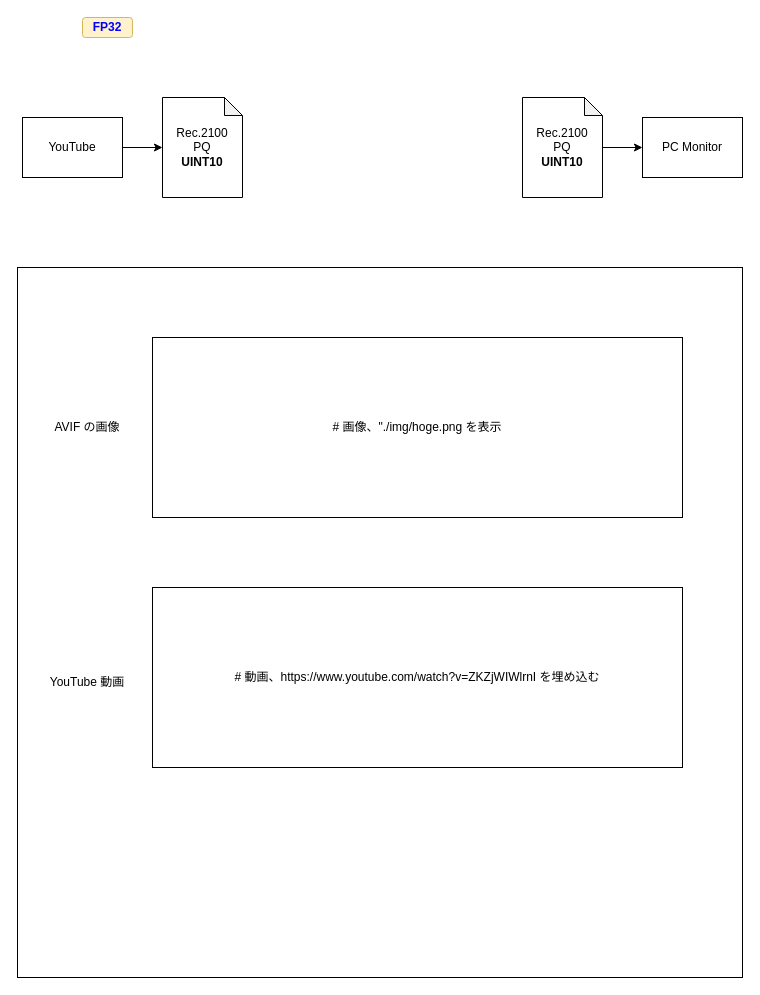
This is page "Page-3" (3 of 4) of 2024/09_Check_Windows_ISO_HDR_Output/img/figure.drawio from toru-ver4/sample_code, a draw.io file, before an edit. Source tidied: cells renumbered, new cells numbered last; positions are measured from the earlier drawing's top-left corner, leaving out a move shared by most shapes. Both pictures are drawn from the tidied source at 100%, with x=0, y=0 at pixel (17, 17).
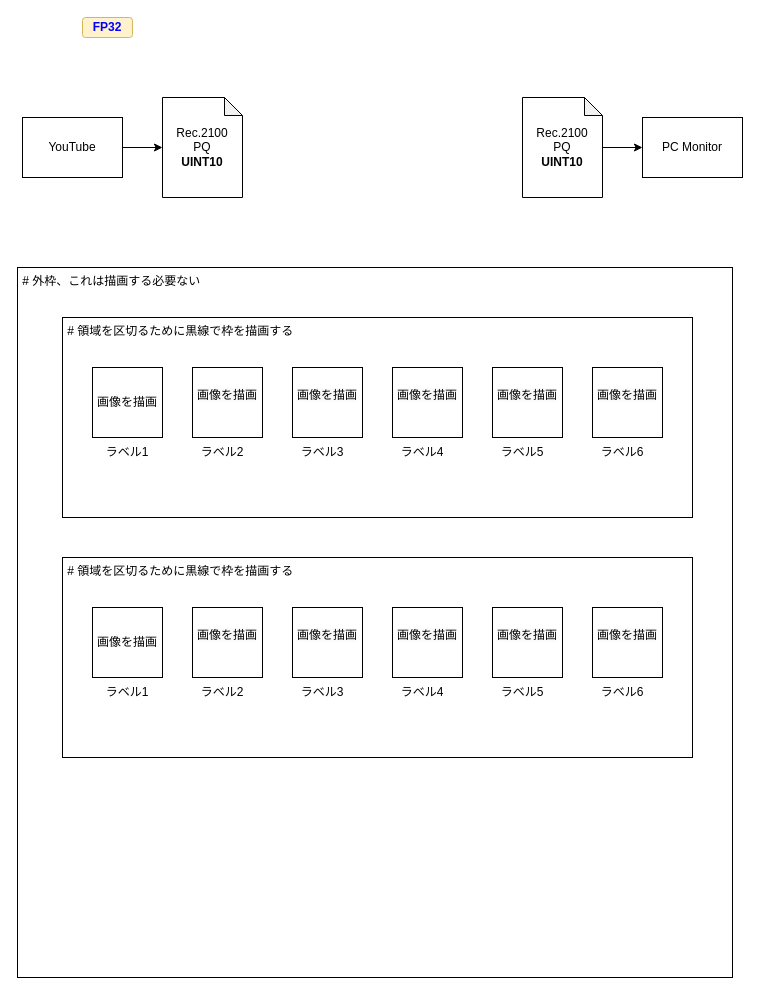
Above is the later version.

Change to the diagram source:
```diff
@@
-    <mxCell id="6" style="rounded=0;whiteSpace=wrap;html=1;verticalAlign=top;align=left;" parent="1" vertex="1">
-      <mxGeometry y="250" width="725" height="710" as="geometry" />
+    <mxCell id="6" value="&amp;nbsp;# 外枠、これは描画する必要ない" style="rounded=0;whiteSpace=wrap;html=1;verticalAlign=top;align=left;" parent="1" vertex="1">
+      <mxGeometry y="250" width="715" height="710" as="geometry" />
     </mxCell>
@@
-    <mxCell id="10" value="# 画像、&quot;./img/hoge.png を表示" style="rounded=0;whiteSpace=wrap;html=1;" parent="1" vertex="1">
-      <mxGeometry x="135" y="320" width="530" height="180" as="geometry" />
-    </mxCell>
-    <mxCell id="11" value="# 動画、https://www.youtube.com/watch?v=ZKZjWIWlrnI を埋め込む" style="rounded=0;whiteSpace=wrap;html=1;" parent="1" vertex="1">
-      <mxGeometry x="135" y="570" width="530" height="180" as="geometry" />
-    </mxCell>
-    <mxCell id="12" value="AVIF の画像" style="text;html=1;align=center;verticalAlign=middle;whiteSpace=wrap;rounded=0;" parent="1" vertex="1">
-      <mxGeometry x="25" y="395" width="90" height="30" as="geometry" />
-    </mxCell>
-    <mxCell id="13" value="YouTube 動画" style="text;html=1;align=center;verticalAlign=middle;whiteSpace=wrap;rounded=0;" parent="1" vertex="1">
-      <mxGeometry x="25" y="650" width="90" height="30" as="geometry" />
-    </mxCell>
+    <mxCell id="14" value="&amp;nbsp;# 領域を区切るために黒線で枠を描画する" style="rounded=0;whiteSpace=wrap;html=1;align=left;verticalAlign=top;" parent="1" vertex="1">
+      <mxGeometry x="45" y="300" width="630" height="200" as="geometry" />
+    </mxCell>
+    <mxCell id="15" value="画像を描画" style="rounded=0;whiteSpace=wrap;html=1;" parent="1" vertex="1">
+      <mxGeometry x="75" y="350" width="70" height="70" as="geometry" />
+    </mxCell>
+    <mxCell id="16" value="&#10;&lt;span style=&quot;color: rgb(0, 0, 0); font-family: Helvetica; font-size: 12px; font-style: normal; font-variant-ligatures: normal; font-variant-caps: normal; font-weight: 400; letter-spacing: normal; orphans: 2; text-align: center; text-indent: 0px; text-transform: none; widows: 2; word-spacing: 0px; -webkit-text-stroke-width: 0px; white-space: normal; background-color: rgb(251, 251, 251); text-decoration-thickness: initial; text-decoration-style: initial; text-decoration-color: initial; display: inline !important; float: none;&quot;&gt;画像を描画&lt;/span&gt;&#10;&#10;" style="rounded=0;whiteSpace=wrap;html=1;" parent="1" vertex="1">
+      <mxGeometry x="175" y="350" width="70" height="70" as="geometry" />
+    </mxCell>
+    <mxCell id="17" value="&#10;&lt;span style=&quot;color: rgb(0, 0, 0); font-family: Helvetica; font-size: 12px; font-style: normal; font-variant-ligatures: normal; font-variant-caps: normal; font-weight: 400; letter-spacing: normal; orphans: 2; text-align: center; text-indent: 0px; text-transform: none; widows: 2; word-spacing: 0px; -webkit-text-stroke-width: 0px; white-space: normal; background-color: rgb(251, 251, 251); text-decoration-thickness: initial; text-decoration-style: initial; text-decoration-color: initial; display: inline !important; float: none;&quot;&gt;画像を描画&lt;/span&gt;&#10;&#10;" style="rounded=0;whiteSpace=wrap;html=1;" parent="1" vertex="1">
+      <mxGeometry x="275" y="350" width="70" height="70" as="geometry" />
+    </mxCell>
+    <mxCell id="18" value="&#10;&lt;span style=&quot;color: rgb(0, 0, 0); font-family: Helvetica; font-size: 12px; font-style: normal; font-variant-ligatures: normal; font-variant-caps: normal; font-weight: 400; letter-spacing: normal; orphans: 2; text-align: center; text-indent: 0px; text-transform: none; widows: 2; word-spacing: 0px; -webkit-text-stroke-width: 0px; white-space: normal; background-color: rgb(251, 251, 251); text-decoration-thickness: initial; text-decoration-style: initial; text-decoration-color: initial; display: inline !important; float: none;&quot;&gt;画像を描画&lt;/span&gt;&#10;&#10;" style="rounded=0;whiteSpace=wrap;html=1;" parent="1" vertex="1">
+      <mxGeometry x="375" y="350" width="70" height="70" as="geometry" />
+    </mxCell>
+    <mxCell id="19" value="&#10;&lt;span style=&quot;color: rgb(0, 0, 0); font-family: Helvetica; font-size: 12px; font-style: normal; font-variant-ligatures: normal; font-variant-caps: normal; font-weight: 400; letter-spacing: normal; orphans: 2; text-align: center; text-indent: 0px; text-transform: none; widows: 2; word-spacing: 0px; -webkit-text-stroke-width: 0px; white-space: normal; background-color: rgb(251, 251, 251); text-decoration-thickness: initial; text-decoration-style: initial; text-decoration-color: initial; display: inline !important; float: none;&quot;&gt;画像を描画&lt;/span&gt;&#10;&#10;" style="rounded=0;whiteSpace=wrap;html=1;" parent="1" vertex="1">
+      <mxGeometry x="475" y="350" width="70" height="70" as="geometry" />
+    </mxCell>
+    <mxCell id="20" value="&#10;&lt;span style=&quot;color: rgb(0, 0, 0); font-family: Helvetica; font-size: 12px; font-style: normal; font-variant-ligatures: normal; font-variant-caps: normal; font-weight: 400; letter-spacing: normal; orphans: 2; text-align: center; text-indent: 0px; text-transform: none; widows: 2; word-spacing: 0px; -webkit-text-stroke-width: 0px; white-space: normal; background-color: rgb(251, 251, 251); text-decoration-thickness: initial; text-decoration-style: initial; text-decoration-color: initial; display: inline !important; float: none;&quot;&gt;画像を描画&lt;/span&gt;&#10;&#10;" style="rounded=0;whiteSpace=wrap;html=1;" parent="1" vertex="1">
+      <mxGeometry x="575" y="350" width="70" height="70" as="geometry" />
+    </mxCell>
+    <mxCell id="21" value="ラベル1" style="text;html=1;align=center;verticalAlign=middle;whiteSpace=wrap;rounded=0;" parent="1" vertex="1">
+      <mxGeometry x="80" y="420" width="60" height="30" as="geometry" />
+    </mxCell>
+    <mxCell id="22" value="ラベル2" style="text;html=1;align=center;verticalAlign=middle;whiteSpace=wrap;rounded=0;" parent="1" vertex="1">
+      <mxGeometry x="175" y="420" width="60" height="30" as="geometry" />
+    </mxCell>
+    <mxCell id="23" value="ラベル3" style="text;html=1;align=center;verticalAlign=middle;whiteSpace=wrap;rounded=0;" parent="1" vertex="1">
+      <mxGeometry x="275" y="420" width="60" height="30" as="geometry" />
+    </mxCell>
+    <mxCell id="24" value="ラベル4" style="text;html=1;align=center;verticalAlign=middle;whiteSpace=wrap;rounded=0;" parent="1" vertex="1">
+      <mxGeometry x="375" y="420" width="60" height="30" as="geometry" />
+    </mxCell>
+    <mxCell id="25" value="ラベル5" style="text;html=1;align=center;verticalAlign=middle;whiteSpace=wrap;rounded=0;" parent="1" vertex="1">
+      <mxGeometry x="475" y="420" width="60" height="30" as="geometry" />
+    </mxCell>
+    <mxCell id="26" value="ラベル6" style="text;html=1;align=center;verticalAlign=middle;whiteSpace=wrap;rounded=0;" parent="1" vertex="1">
+      <mxGeometry x="575" y="420" width="60" height="30" as="geometry" />
+    </mxCell>
+    <mxCell id="27" value="&amp;nbsp;# 領域を区切るために黒線で枠を描画する" style="rounded=0;whiteSpace=wrap;html=1;align=left;verticalAlign=top;" parent="1" vertex="1">
+      <mxGeometry x="45" y="540" width="630" height="200" as="geometry" />
+    </mxCell>
+    <mxCell id="28" value="画像を描画" style="rounded=0;whiteSpace=wrap;html=1;" parent="1" vertex="1">
+      <mxGeometry x="75" y="590" width="70" height="70" as="geometry" />
+    </mxCell>
+    <mxCell id="29" value="&#10;&lt;span style=&quot;color: rgb(0, 0, 0); font-family: Helvetica; font-size: 12px; font-style: normal; font-variant-ligatures: normal; font-variant-caps: normal; font-weight: 400; letter-spacing: normal; orphans: 2; text-align: center; text-indent: 0px; text-transform: none; widows: 2; word-spacing: 0px; -webkit-text-stroke-width: 0px; white-space: normal; background-color: rgb(251, 251, 251); text-decoration-thickness: initial; text-decoration-style: initial; text-decoration-color: initial; display: inline !important; float: none;&quot;&gt;画像を描画&lt;/span&gt;&#10;&#10;" style="rounded=0;whiteSpace=wrap;html=1;" parent="1" vertex="1">
+      <mxGeometry x="175" y="590" width="70" height="70" as="geometry" />
+    </mxCell>
+    <mxCell id="30" value="&#10;&lt;span style=&quot;color: rgb(0, 0, 0); font-family: Helvetica; font-size: 12px; font-style: normal; font-variant-ligatures: normal; font-variant-caps: normal; font-weight: 400; letter-spacing: normal; orphans: 2; text-align: center; text-indent: 0px; text-transform: none; widows: 2; word-spacing: 0px; -webkit-text-stroke-width: 0px; white-space: normal; background-color: rgb(251, 251, 251); text-decoration-thickness: initial; text-decoration-style: initial; text-decoration-color: initial; display: inline !important; float: none;&quot;&gt;画像を描画&lt;/span&gt;&#10;&#10;" style="rounded=0;whiteSpace=wrap;html=1;" parent="1" vertex="1">
+      <mxGeometry x="275" y="590" width="70" height="70" as="geometry" />
+    </mxCell>
+    <mxCell id="31" value="&#10;&lt;span style=&quot;color: rgb(0, 0, 0); font-family: Helvetica; font-size: 12px; font-style: normal; font-variant-ligatures: normal; font-variant-caps: normal; font-weight: 400; letter-spacing: normal; orphans: 2; text-align: center; text-indent: 0px; text-transform: none; widows: 2; word-spacing: 0px; -webkit-text-stroke-width: 0px; white-space: normal; background-color: rgb(251, 251, 251); text-decoration-thickness: initial; text-decoration-style: initial; text-decoration-color: initial; display: inline !important; float: none;&quot;&gt;画像を描画&lt;/span&gt;&#10;&#10;" style="rounded=0;whiteSpace=wrap;html=1;" parent="1" vertex="1">
+      <mxGeometry x="375" y="590" width="70" height="70" as="geometry" />
+    </mxCell>
+    <mxCell id="32" value="&#10;&lt;span style=&quot;color: rgb(0, 0, 0); font-family: Helvetica; font-size: 12px; font-style: normal; font-variant-ligatures: normal; font-variant-caps: normal; font-weight: 400; letter-spacing: normal; orphans: 2; text-align: center; text-indent: 0px; text-transform: none; widows: 2; word-spacing: 0px; -webkit-text-stroke-width: 0px; white-space: normal; background-color: rgb(251, 251, 251); text-decoration-thickness: initial; text-decoration-style: initial; text-decoration-color: initial; display: inline !important; float: none;&quot;&gt;画像を描画&lt;/span&gt;&#10;&#10;" style="rounded=0;whiteSpace=wrap;html=1;" parent="1" vertex="1">
+      <mxGeometry x="475" y="590" width="70" height="70" as="geometry" />
+    </mxCell>
+    <mxCell id="33" value="&#10;&lt;span style=&quot;color: rgb(0, 0, 0); font-family: Helvetica; font-size: 12px; font-style: normal; font-variant-ligatures: normal; font-variant-caps: normal; font-weight: 400; letter-spacing: normal; orphans: 2; text-align: center; text-indent: 0px; text-transform: none; widows: 2; word-spacing: 0px; -webkit-text-stroke-width: 0px; white-space: normal; background-color: rgb(251, 251, 251); text-decoration-thickness: initial; text-decoration-style: initial; text-decoration-color: initial; display: inline !important; float: none;&quot;&gt;画像を描画&lt;/span&gt;&#10;&#10;" style="rounded=0;whiteSpace=wrap;html=1;" parent="1" vertex="1">
+      <mxGeometry x="575" y="590" width="70" height="70" as="geometry" />
+    </mxCell>
+    <mxCell id="34" value="ラベル1" style="text;html=1;align=center;verticalAlign=middle;whiteSpace=wrap;rounded=0;" parent="1" vertex="1">
+      <mxGeometry x="80" y="660" width="60" height="30" as="geometry" />
+    </mxCell>
+    <mxCell id="35" value="ラベル2" style="text;html=1;align=center;verticalAlign=middle;whiteSpace=wrap;rounded=0;" parent="1" vertex="1">
+      <mxGeometry x="175" y="660" width="60" height="30" as="geometry" />
+    </mxCell>
+    <mxCell id="36" value="ラベル3" style="text;html=1;align=center;verticalAlign=middle;whiteSpace=wrap;rounded=0;" parent="1" vertex="1">
+      <mxGeometry x="275" y="660" width="60" height="30" as="geometry" />
+    </mxCell>
+    <mxCell id="37" value="ラベル4" style="text;html=1;align=center;verticalAlign=middle;whiteSpace=wrap;rounded=0;" parent="1" vertex="1">
+      <mxGeometry x="375" y="660" width="60" height="30" as="geometry" />
+    </mxCell>
+    <mxCell id="38" value="ラベル5" style="text;html=1;align=center;verticalAlign=middle;whiteSpace=wrap;rounded=0;" parent="1" vertex="1">
+      <mxGeometry x="475" y="660" width="60" height="30" as="geometry" />
+    </mxCell>
+    <mxCell id="39" value="ラベル6" style="text;html=1;align=center;verticalAlign=middle;whiteSpace=wrap;rounded=0;" parent="1" vertex="1">
+      <mxGeometry x="575" y="660" width="60" height="30" as="geometry" />
+    </mxCell>
```
